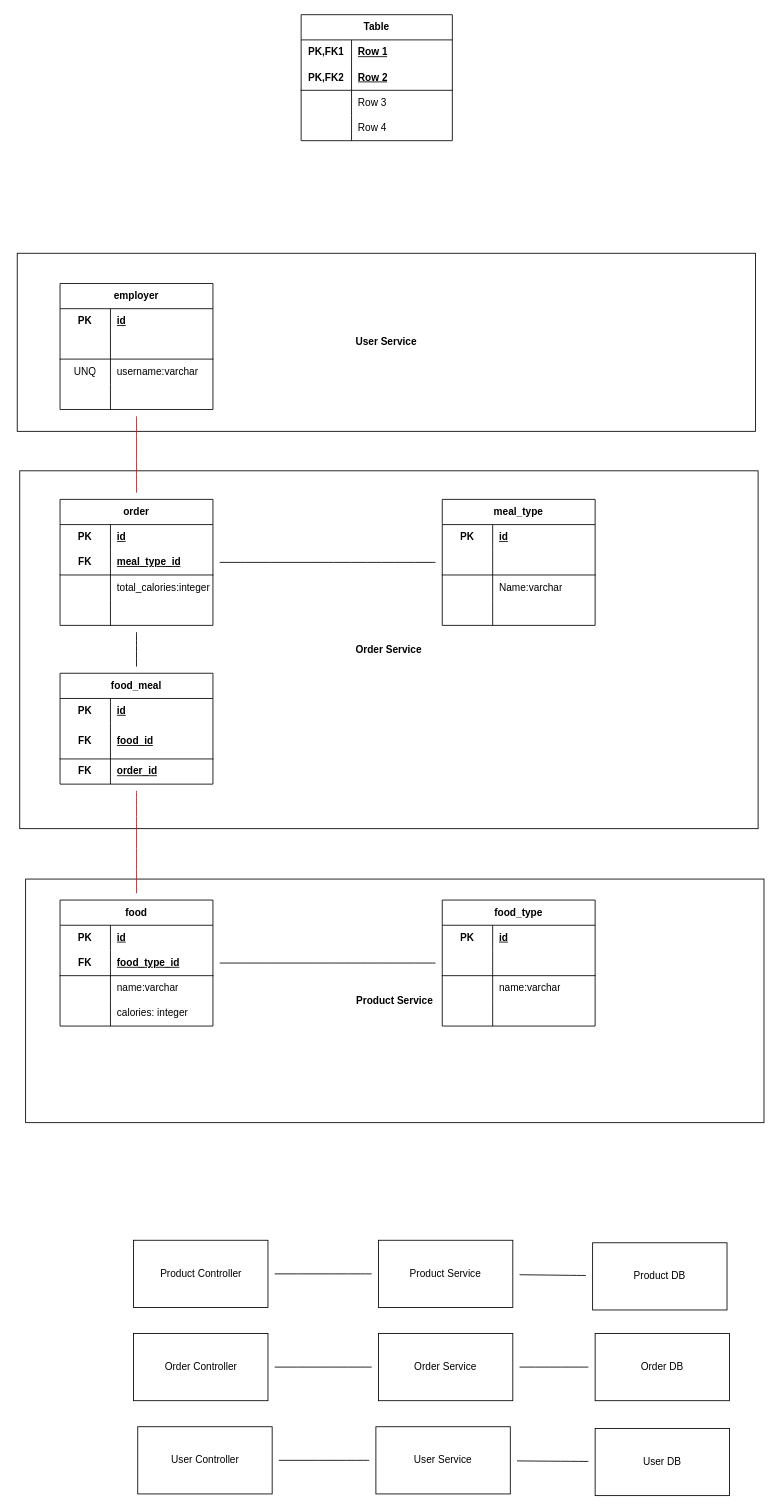
leonelfonseca/cal-counter keeps this draw.io diagram as db-diagram.drawio. Above is the earlier version. Source tidied: cells renumbered, new cells numbered last; positions are measured from the earlier drawing's top-left corner, leaving out a move shared by most shapes. Both pictures are drawn from the tidied source at 84%, with x=0, y=0 at pixel (17, 14).
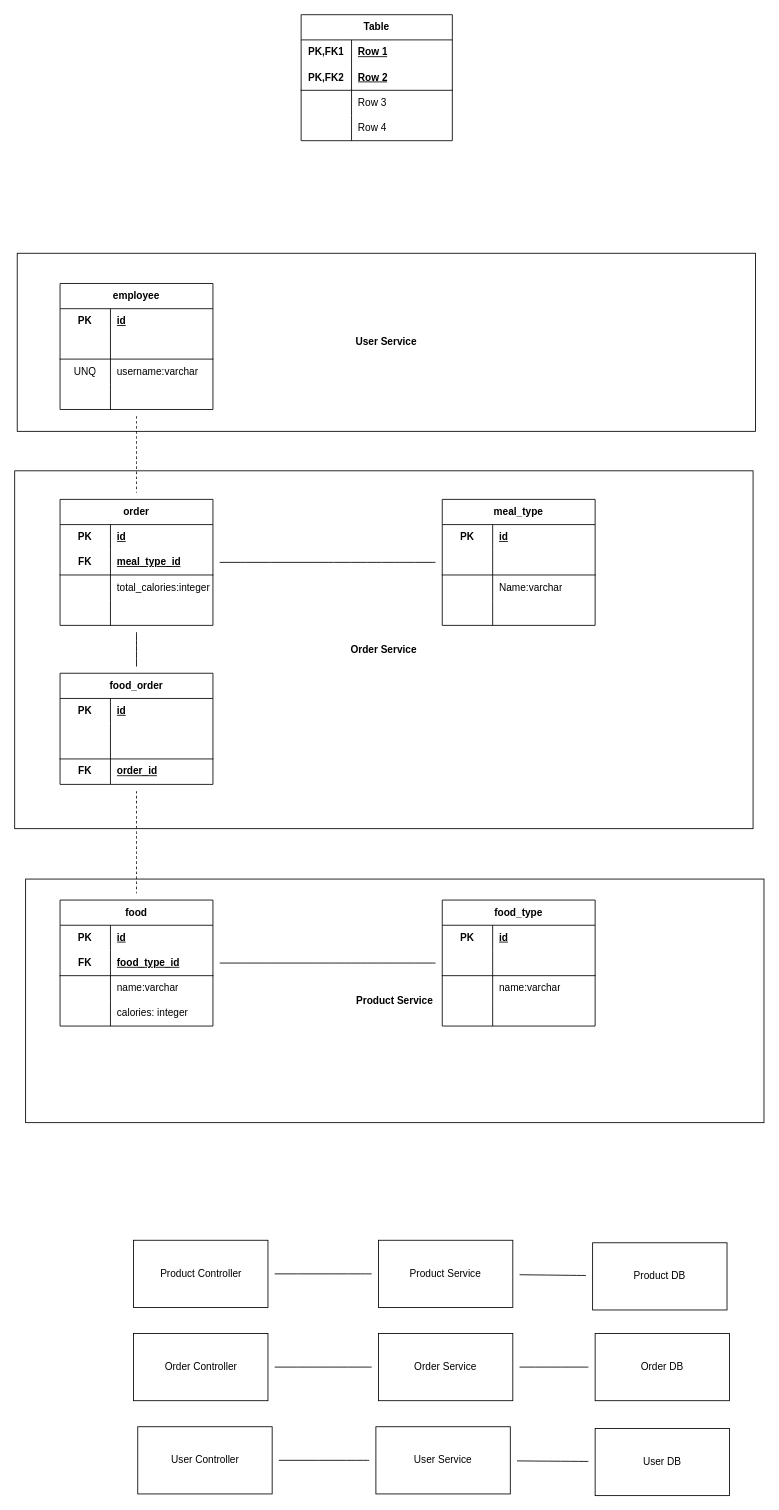
The same page after the edit.

Unchanged cells that the change refers to:
```xml
<mxCell id="18" value="order" style="shape=table;startSize=30;childLayout=tableLayout;rowLines=0;fontStyle=1;align=center;html=1;whiteSpace=wrap;" parent="1" vertex="1">
  <mxGeometry x="51" y="577" width="182" height="150" as="geometry" />
</mxCell>
<mxCell id="45" value="food" style="shape=table;startSize=30;childLayout=tableLayout;rowLines=0;fontStyle=1;align=center;html=1;whiteSpace=wrap;" parent="1" vertex="1">
  <mxGeometry x="51" y="1054" width="182" height="150" as="geometry" />
</mxCell>
<mxCell id="62" style="shape=tableRow;horizontal=0;startSize=0;swimlaneHead=0;swimlaneBody=0;fillColor=none;top=0;left=0;right=0;bottom=1;html=1;" parent="58" vertex="1">
  <mxGeometry y="60" width="182" height="42" as="geometry" />
</mxCell>
```

What changed in the source:
```diff
@@
     <mxCell id="3" value="Order Service" style="rounded=0;whiteSpace=wrap;html=1;fontStyle=1;" parent="1" vertex="1">
-      <mxGeometry x="3" y="543" width="879" height="426" as="geometry" />
+      <mxGeometry x="-3" y="543" width="879" height="426" as="geometry" />
     </mxCell>
@@
-    <mxCell id="58" value="food_meal" style="shape=table;startSize=30;childLayout=tableLayout;rowLines=0;fontStyle=1;align=center;html=1;whiteSpace=wrap;" parent="1" vertex="1">
-      <mxGeometry x="51" y="784" width="182" height="132" as="geometry" />
+    <mxCell id="58" value="food_order" style="shape=table;startSize=30;childLayout=tableLayout;rowLines=0;fontStyle=1;align=center;html=1;whiteSpace=wrap;" parent="1" vertex="1">
+      <mxGeometry x="51" y="784" width="182" height="132.3" as="geometry" />
     </mxCell>
@@
-    <mxCell id="63" value="FK" style="shape=partialRectangle;fillColor=none;top=0;left=0;bottom=0;right=0;fontStyle=1;overflow=hidden;html=1;whiteSpace=wrap;" parent="62" vertex="1">
+    <mxCell id="63" style="shape=partialRectangle;fillColor=none;top=0;left=0;bottom=0;right=0;fontStyle=1;overflow=hidden;html=1;whiteSpace=wrap;" parent="62" vertex="1">
       <mxGeometry width="60" height="42" as="geometry" />
     </mxCell>
-    <mxCell id="64" value="food_id" style="shape=partialRectangle;fillColor=none;top=0;left=0;bottom=0;right=0;align=left;spacingLeft=6;fontStyle=5;overflow=hidden;html=1;whiteSpace=wrap;" parent="62" vertex="1">
+    <mxCell id="64" style="shape=partialRectangle;fillColor=none;top=0;left=0;bottom=0;right=0;align=left;spacingLeft=6;fontStyle=5;overflow=hidden;html=1;whiteSpace=wrap;" parent="62" vertex="1">
       <mxGeometry x="60" width="122" height="42" as="geometry" />
     </mxCell>
@@
-    <mxCell id="69" style="edgeStyle=none;jettySize=auto;html=1;rounded=0;endArrow=none;startSize=14;endSize=14;sourcePerimeterSpacing=8;targetPerimeterSpacing=8;curved=1;endFill=0;strokeColor=#FF0000;" parent="1" edge="1" source="58" target="45">
-      <mxGeometry relative="1" as="geometry" />
-    </mxCell>
-    <mxCell id="70" value="employer" style="shape=table;startSize=30;childLayout=tableLayout;rowLines=0;fontStyle=1;align=center;html=1;whiteSpace=wrap;" parent="1" vertex="1">
+    <mxCell id="70" value="employee" style="shape=table;startSize=30;childLayout=tableLayout;rowLines=0;fontStyle=1;align=center;html=1;whiteSpace=wrap;" parent="1" vertex="1">
       <mxGeometry x="51" y="320" width="182" height="150" as="geometry" />
     </mxCell>
@@
-    <mxCell id="112" style="edgeStyle=none;jettySize=auto;html=1;rounded=0;endArrow=none;startSize=14;endSize=14;sourcePerimeterSpacing=8;targetPerimeterSpacing=8;curved=1;endFill=0;strokeColor=#FF0000;" parent="1" edge="1" source="70" target="18">
+    <mxCell id="112" style="edgeStyle=none;jettySize=auto;html=1;rounded=0;endArrow=none;startSize=14;endSize=14;sourcePerimeterSpacing=8;targetPerimeterSpacing=8;curved=1;endFill=0;dashed=1;" parent="1" edge="1" source="70" target="18">
       <mxGeometry relative="1" as="geometry" />
     </mxCell>
+    <mxCell id="69" style="edgeStyle=none;jettySize=auto;html=1;rounded=0;endArrow=none;startSize=14;endSize=14;sourcePerimeterSpacing=8;targetPerimeterSpacing=8;curved=1;endFill=0;dashed=1;" parent="1" edge="1" source="58" target="45">
+      <mxGeometry relative="1" as="geometry" />
+    </mxCell>
```
